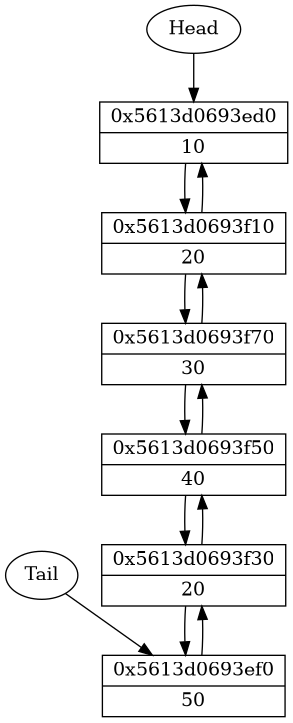
This is DoublyLinkedListedClassic/cmake-build-debug/dump.dot.png from AlgebraicWolf/FPMI_1sem_programming_homework, a Graphviz export, as it was before one commit. Its source is kept beside it as DoublyLinkedListedClassic/cmake-build-debug/dump.dot.
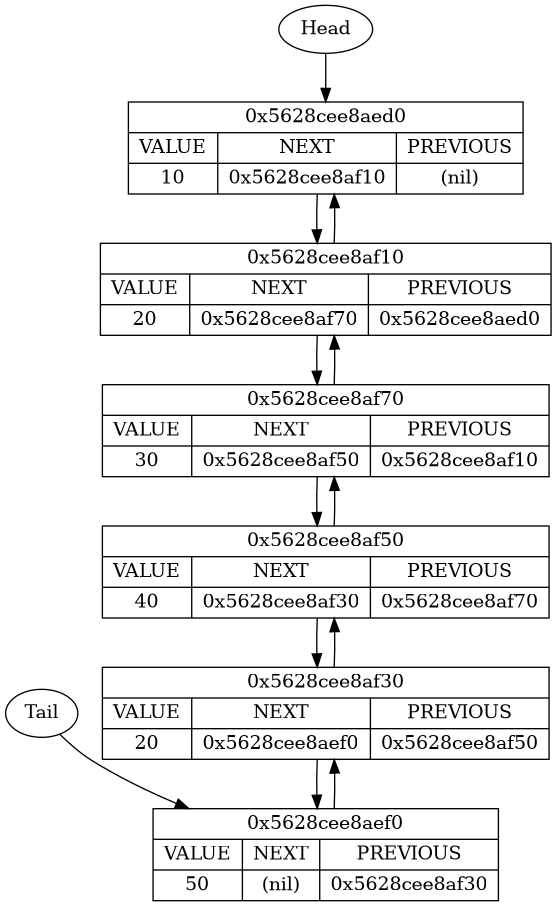
Later version of the same file.

The edit, as a diff of the source:
```diff
@@ -1,20 +1,20 @@
 digraph {
-node0x5613d0693ed0[label="{{0x5613d0693ed0}|{10}}",shape=record];
-node0x5613d0693f10[label="{{0x5613d0693f10}|{20}}",shape=record];
-node0x5613d0693ed0 -> node0x5613d0693f10;
-node0x5613d0693f10 -> node0x5613d0693ed0;
-node0x5613d0693f70[label="{{0x5613d0693f70}|{30}}",shape=record];
-node0x5613d0693f10 -> node0x5613d0693f70;
-node0x5613d0693f70 -> node0x5613d0693f10;
-node0x5613d0693f50[label="{{0x5613d0693f50}|{40}}",shape=record];
-node0x5613d0693f70 -> node0x5613d0693f50;
-node0x5613d0693f50 -> node0x5613d0693f70;
-node0x5613d0693f30[label="{{0x5613d0693f30}|{20}}",shape=record];
-node0x5613d0693f50 -> node0x5613d0693f30;
-node0x5613d0693f30 -> node0x5613d0693f50;
-node0x5613d0693ef0[label="{{0x5613d0693ef0}|{50}}",shape=record];
-node0x5613d0693f30 -> node0x5613d0693ef0;
-node0x5613d0693ef0 -> node0x5613d0693f30;
-Head -> node0x5613d0693ed0;
-Tail -> node0x5613d0693ef0;
+node0x5628cee8aed0[label="{{0x5628cee8aed0}|{{VALUE|10}|{NEXT|0x5628cee8af10}|{PREVIOUS|(nil)}}}",shape=record];
+node0x5628cee8af10[label="{{0x5628cee8af10}|{{VALUE|20}|{NEXT|0x5628cee8af70}|{PREVIOUS|0x5628cee8aed0}}}",shape=record];
+node0x5628cee8aed0 -> node0x5628cee8af10;
+node0x5628cee8af10 -> node0x5628cee8aed0;
+node0x5628cee8af70[label="{{0x5628cee8af70}|{{VALUE|30}|{NEXT|0x5628cee8af50}|{PREVIOUS|0x5628cee8af10}}}",shape=record];
+node0x5628cee8af10 -> node0x5628cee8af70;
+node0x5628cee8af70 -> node0x5628cee8af10;
+node0x5628cee8af50[label="{{0x5628cee8af50}|{{VALUE|40}|{NEXT|0x5628cee8af30}|{PREVIOUS|0x5628cee8af70}}}",shape=record];
+node0x5628cee8af70 -> node0x5628cee8af50;
+node0x5628cee8af50 -> node0x5628cee8af70;
+node0x5628cee8af30[label="{{0x5628cee8af30}|{{VALUE|20}|{NEXT|0x5628cee8aef0}|{PREVIOUS|0x5628cee8af50}}}",shape=record];
+node0x5628cee8af50 -> node0x5628cee8af30;
+node0x5628cee8af30 -> node0x5628cee8af50;
+node0x5628cee8aef0[label="{{0x5628cee8aef0}|{{VALUE|50}|{NEXT|(nil)}|{PREVIOUS|0x5628cee8af30}}}",shape=record];
+node0x5628cee8af30 -> node0x5628cee8aef0;
+node0x5628cee8aef0 -> node0x5628cee8af30;
+Head -> node0x5628cee8aed0;
+Tail -> node0x5628cee8aef0;
 }
```
